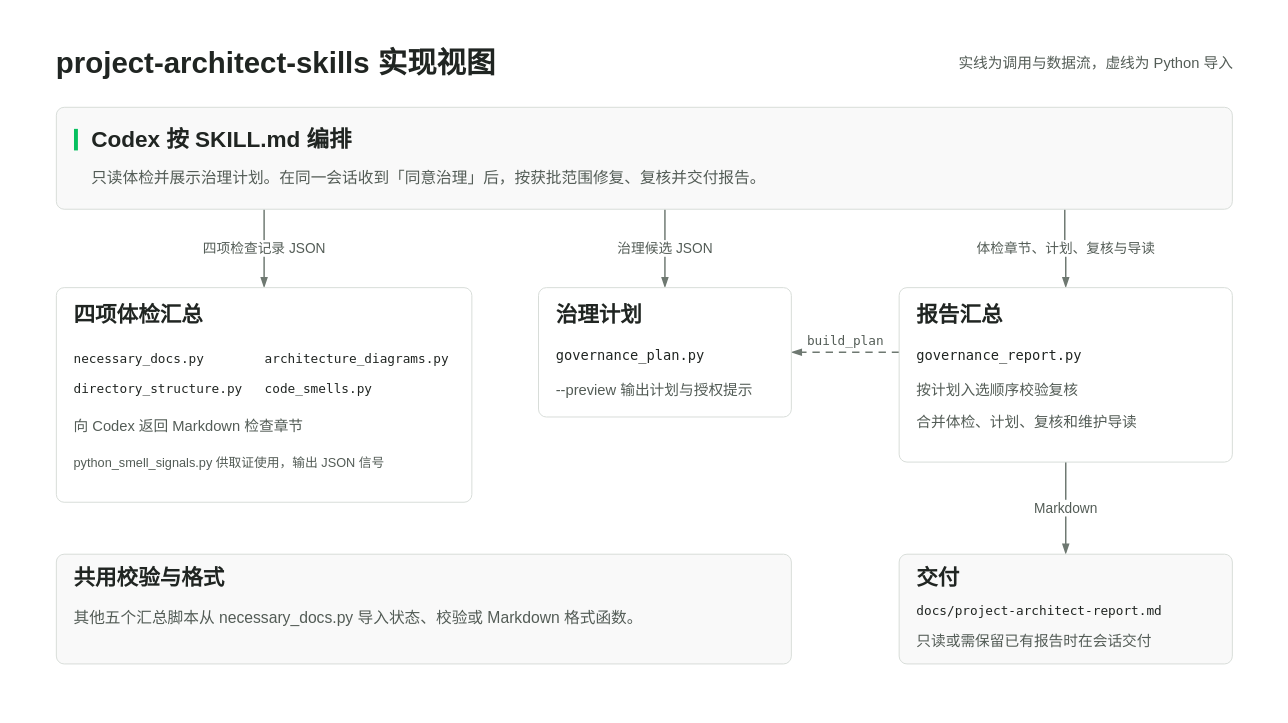
The draw.io diagram docs/diagrams/implementation-architecture.drawio in cabbage2000-lab/project-architect-skills, before the edit. Source tidied: cells renumbered, new cells numbered last; positions are measured from the earlier drawing's top-left corner, leaving out a move shared by most shapes. Both pictures are drawn from the tidied source at 98%, with x=0, y=0 at pixel (17, 17).
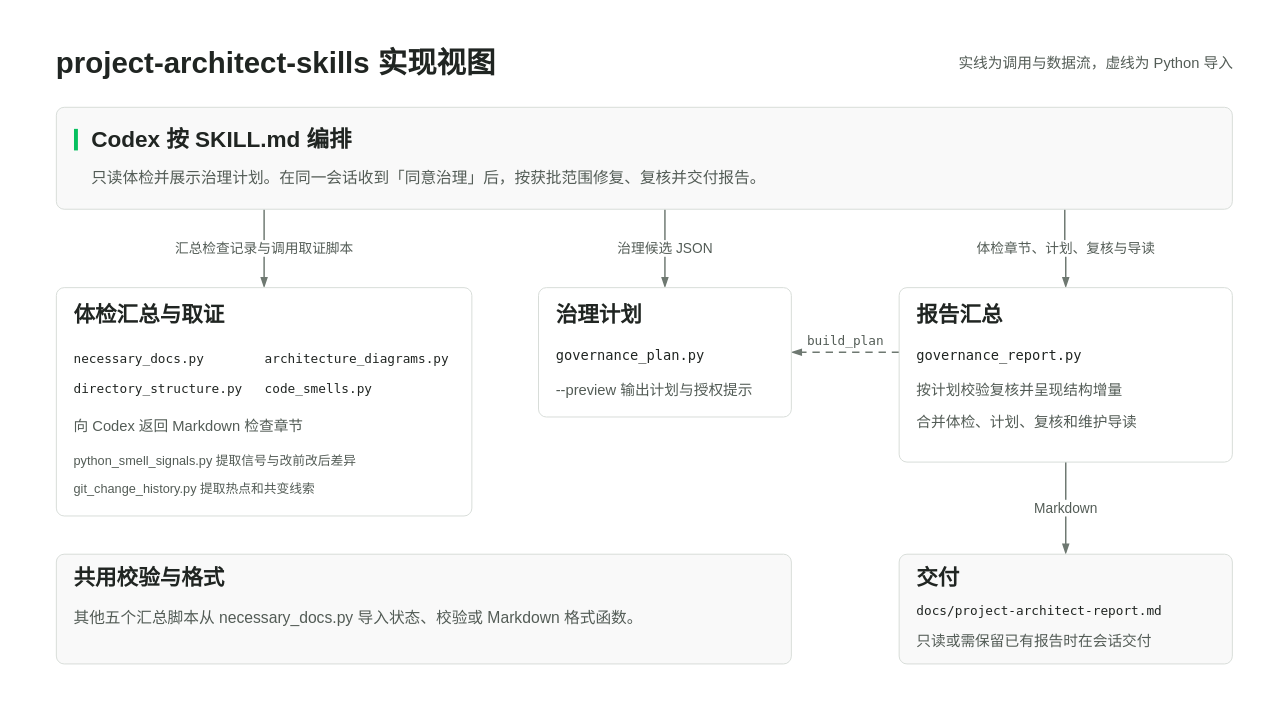
Above is the later version.

Unchanged cells that the change refers to:
```xml
<mxCell id="2" style="rounded=0;fillColor=#FFFFFF;strokeColor=none;html=1;" parent="1" vertex="1">
  <mxGeometry width="1280" height="704" as="geometry" />
</mxCell>
<mxCell id="10" style="rounded=1;absoluteArcSize=1;arcSize=16;strokeWidth=1;html=1;fillColor=#F9F9F9;strokeColor=#D8DDD9;" parent="2" vertex="1">
  <mxGeometry x="40" y="92" width="1200" height="104" as="geometry" />
</mxCell>
<mxCell id="26" style="rounded=1;absoluteArcSize=1;arcSize=16;strokeWidth=1;html=1;fillColor=#FFFFFF;strokeColor=#D8DDD9;" parent="2" vertex="1">
  <mxGeometry x="900" y="276" width="340" height="178" as="geometry" />
</mxCell>
```

What changed in the source:
```diff
@@
-    <mxCell id="5" value="四项检查记录 JSON" style="edgeStyle=orthogonalEdgeStyle;rounded=1;jettySize=auto;html=1;strokeColor=#6E7871;strokeWidth=1.5;endArrow=blockThin;endFill=1;endSize=7;fontFamily=PingFang SC;fontSize=14;fontColor=#535C56;labelBackgroundColor=#FFFFFF;exitX=0.176666667;exitY=1;entryX=0.5;entryY=0;" parent="2" edge="1" source="10" target="14">
+    <mxCell id="5" value="汇总检查记录与调用取证脚本" style="edgeStyle=orthogonalEdgeStyle;rounded=1;jettySize=auto;html=1;strokeColor=#6E7871;strokeWidth=1.5;endArrow=blockThin;endFill=1;endSize=7;fontFamily=PingFang SC;fontSize=14;fontColor=#535C56;labelBackgroundColor=#FFFFFF;exitX=0.176666667;exitY=1;entryX=0.5;entryY=0;" parent="2" edge="1" source="10" target="14">
       <mxGeometry relative="1" as="geometry" />
     </mxCell>
@@
     <mxCell id="14" style="rounded=1;absoluteArcSize=1;arcSize=16;strokeWidth=1;html=1;fillColor=#FFFFFF;strokeColor=#D8DDD9;" parent="2" vertex="1">
-      <mxGeometry x="40" y="276" width="424" height="219" as="geometry" />
+      <mxGeometry x="40" y="276" width="424" height="233" as="geometry" />
     </mxCell>
-    <mxCell id="15" value="四项体检汇总" style="text;html=1;whiteSpace=nowrap;fillColor=none;strokeColor=none;verticalAlign=middle;spacing=0;fontFamily=PingFang SC;fontSize=22;fontStyle=1;fontColor=#202522;align=left;" parent="14" vertex="1">
+    <mxCell id="15" value="体检汇总与取证" style="text;html=1;whiteSpace=nowrap;fillColor=none;strokeColor=none;verticalAlign=middle;spacing=0;fontFamily=PingFang SC;fontSize=22;fontStyle=1;fontColor=#202522;align=left;" parent="14" vertex="1">
       <mxGeometry x="18" y="13" width="380" height="32" as="geometry" />
     </mxCell>
@@
-    <mxCell id="21" value="python_smell_signals.py 供取证使用，输出 JSON 信号" style="text;html=1;whiteSpace=nowrap;fillColor=none;strokeColor=none;verticalAlign=middle;spacing=0;fontFamily=PingFang SC;fontSize=13;fontStyle=0;fontColor=#535C56;align=left;" parent="14" vertex="1">
-      <mxGeometry x="18" y="166" width="389" height="26" as="geometry" />
+    <mxCell id="21" value="python_smell_signals.py 提取信号与改前改后差异" style="text;html=1;whiteSpace=nowrap;fillColor=none;strokeColor=none;verticalAlign=middle;spacing=0;fontFamily=PingFang SC;fontSize=13;fontStyle=0;fontColor=#535C56;align=left;" parent="14" vertex="1">
+      <mxGeometry x="18" y="163" width="389" height="26" as="geometry" />
     </mxCell>
+    <mxCell id="38" value="git_change_history.py 提取热点和共变线索" style="text;html=1;whiteSpace=nowrap;fillColor=none;strokeColor=none;verticalAlign=middle;spacing=0;fontFamily=PingFang SC;fontSize=13;fontStyle=0;fontColor=#535C56;align=left;" parent="14" vertex="1">
+      <mxGeometry x="18" y="192" width="389" height="26" as="geometry" />
+    </mxCell>
@@
-    <mxCell id="29" value="按计划入选顺序校验复核" style="text;html=1;whiteSpace=nowrap;fillColor=none;strokeColor=none;verticalAlign=middle;spacing=0;fontFamily=PingFang SC;fontSize=15;fontStyle=0;fontColor=#535C56;align=left;" parent="26" vertex="1">
+    <mxCell id="29" value="按计划校验复核并呈现结构增量" style="text;html=1;whiteSpace=nowrap;fillColor=none;strokeColor=none;verticalAlign=middle;spacing=0;fontFamily=PingFang SC;fontSize=15;fontStyle=0;fontColor=#535C56;align=left;" parent="26" vertex="1">
       <mxGeometry x="18" y="92" width="300" height="23" as="geometry" />
     </mxCell>
```
